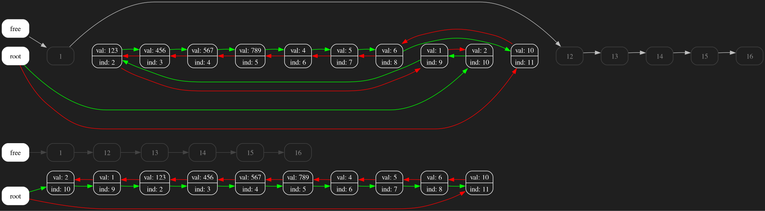
This is graph.png from senyaa1/list, a Graphviz export, as it was before one commit. Its source is kept beside it as graph.dot.
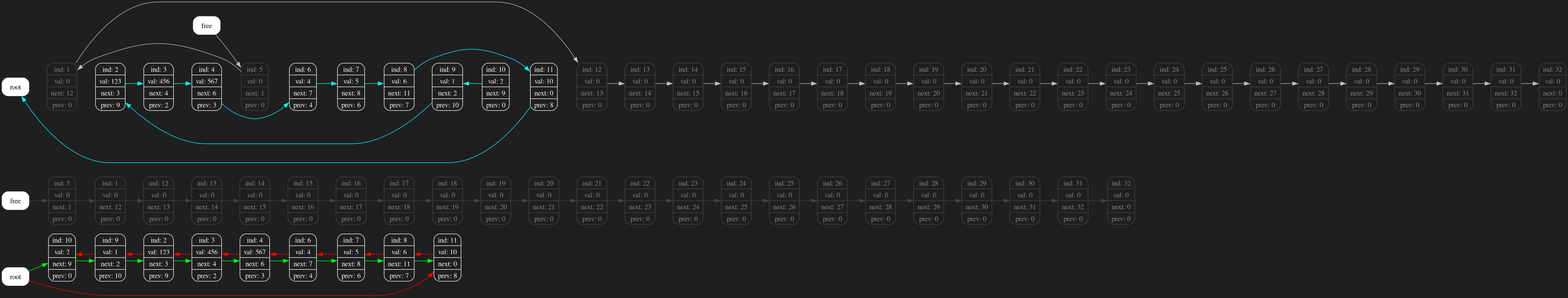
The same diagram one commit later.

Diff of the diagram source:
```diff
@@ -4,23 +4,39 @@
 bgcolor="grey12";
 "0"[style="filled";color="#FFFFFF";fontcolor="#000000";label="root"];
 "free"[style="filled";color="#FFFFFF";fontcolor="#000000";label="free"];
-"free" -> "_1"[color="#444444"; fontcolor="green"];
-"_1"[color="#444444";fontcolor="#888888";label="1"];
-"2"[color="#FFFFFF";fontcolor="#FFFFFF";label="val: 123 | ind: 2 "];
-"3"[color="#FFFFFF";fontcolor="#FFFFFF";label="val: 456 | ind: 3 "];
-"4"[color="#FFFFFF";fontcolor="#FFFFFF";label="val: 567 | ind: 4 "];
-"5"[color="#FFFFFF";fontcolor="#FFFFFF";label="val: 789 | ind: 5 "];
-"6"[color="#FFFFFF";fontcolor="#FFFFFF";label="val: 4 | ind: 6 "];
-"7"[color="#FFFFFF";fontcolor="#FFFFFF";label="val: 5 | ind: 7 "];
-"8"[color="#FFFFFF";fontcolor="#FFFFFF";label="val: 6 | ind: 8 "];
-"9"[color="#FFFFFF";fontcolor="#FFFFFF";label="val: 1 | ind: 9 "];
-"10"[color="#FFFFFF";fontcolor="#FFFFFF";label="val: 2 | ind: 10 "];
-"11"[color="#FFFFFF";fontcolor="#FFFFFF";label="val: 10 | ind: 11 "];
-"_12"[color="#444444";fontcolor="#888888";label="12"];
-"_13"[color="#444444";fontcolor="#888888";label="13"];
-"_14"[color="#444444";fontcolor="#888888";label="14"];
-"_15"[color="#444444";fontcolor="#888888";label="15"];
-"_16"[color="#444444";fontcolor="#888888";label="16"];
+"free" -> "_5"[color="#444444"; fontcolor="green"];
+"_1"[color="#444444";fontcolor="#888888";label="ind: 1 | val: 0 | next: 12 | prev: 0 "];
+"2"[color="#FFFFFF";fontcolor="#FFFFFF";label="ind: 2 | val: 123 | next: 3 | prev: 9 "];
+"3"[color="#FFFFFF";fontcolor="#FFFFFF";label="ind: 3 | val: 456 | next: 4 | prev: 2 "];
+"4"[color="#FFFFFF";fontcolor="#FFFFFF";label="ind: 4 | val: 567 | next: 6 | prev: 3 "];
+"_5"[color="#444444";fontcolor="#888888";label="ind: 5 | val: 0 | next: 1 | prev: 0 "];
+"6"[color="#FFFFFF";fontcolor="#FFFFFF";label="ind: 6 | val: 4 | next: 7 | prev: 4 "];
+"7"[color="#FFFFFF";fontcolor="#FFFFFF";label="ind: 7 | val: 5 | next: 8 | prev: 6 "];
+"8"[color="#FFFFFF";fontcolor="#FFFFFF";label="ind: 8 | val: 6 | next: 11 | prev: 7 "];
+"9"[color="#FFFFFF";fontcolor="#FFFFFF";label="ind: 9 | val: 1 | next: 2 | prev: 10 "];
+"10"[color="#FFFFFF";fontcolor="#FFFFFF";label="ind: 10 | val: 2 | next: 9 | prev: 0 "];
+"11"[color="#FFFFFF";fontcolor="#FFFFFF";label="ind: 11 | val: 10 | next: 0 | prev: 8 "];
+"_12"[color="#444444";fontcolor="#888888";label="ind: 12 | val: 0 | next: 13 | prev: 0 "];
+"_13"[color="#444444";fontcolor="#888888";label="ind: 13 | val: 0 | next: 14 | prev: 0 "];
+"_14"[color="#444444";fontcolor="#888888";label="ind: 14 | val: 0 | next: 15 | prev: 0 "];
+"_15"[color="#444444";fontcolor="#888888";label="ind: 15 | val: 0 | next: 16 | prev: 0 "];
+"_16"[color="#444444";fontcolor="#888888";label="ind: 16 | val: 0 | next: 17 | prev: 0 "];
+"_17"[color="#444444";fontcolor="#888888";label="ind: 17 | val: 0 | next: 18 | prev: 0 "];
+"_18"[color="#444444";fontcolor="#888888";label="ind: 18 | val: 0 | next: 19 | prev: 0 "];
+"_19"[color="#444444";fontcolor="#888888";label="ind: 19 | val: 0 | next: 20 | prev: 0 "];
+"_20"[color="#444444";fontcolor="#888888";label="ind: 20 | val: 0 | next: 21 | prev: 0 "];
+"_21"[color="#444444";fontcolor="#888888";label="ind: 21 | val: 0 | next: 22 | prev: 0 "];
+"_22"[color="#444444";fontcolor="#888888";label="ind: 22 | val: 0 | next: 23 | prev: 0 "];
+"_23"[color="#444444";fontcolor="#888888";label="ind: 23 | val: 0 | next: 24 | prev: 0 "];
+"_24"[color="#444444";fontcolor="#888888";label="ind: 24 | val: 0 | next: 25 | prev: 0 "];
+"_25"[color="#444444";fontcolor="#888888";label="ind: 25 | val: 0 | next: 26 | prev: 0 "];
+"_26"[color="#444444";fontcolor="#888888";label="ind: 26 | val: 0 | next: 27 | prev: 0 "];
+"_27"[color="#444444";fontcolor="#888888";label="ind: 27 | val: 0 | next: 28 | prev: 0 "];
+"_28"[color="#444444";fontcolor="#888888";label="ind: 28 | val: 0 | next: 29 | prev: 0 "];
+"_29"[color="#444444";fontcolor="#888888";label="ind: 29 | val: 0 | next: 30 | prev: 0 "];
+"_30"[color="#444444";fontcolor="#888888";label="ind: 30 | val: 0 | next: 31 | prev: 0 "];
+"_31"[color="#444444";fontcolor="#888888";label="ind: 31 | val: 0 | next: 32 | prev: 0 "];
+"_32"[color="#444444";fontcolor="#888888";label="ind: 32 | val: 0 | next: 0 | prev: 0 "];
 "0" -> "10"[color=green; fontcolor="green"];
 "0" -> "11"[color=red; fontcolor="red"];
 "_1" -> "_12"[color="#444444"; fontcolor="green"];
@@ -28,12 +44,11 @@
 "2" -> "9"[color=red; fontcolor="red"];
 "3" -> "4"[color=green; fontcolor="green"];
 "3" -> "2"[color=red; fontcolor="red"];
-"4" -> "5"[color=green; fontcolor="green"];
+"4" -> "6"[color=green; fontcolor="green"];
 "4" -> "3"[color=red; fontcolor="red"];
-"5" -> "6"[color=green; fontcolor="green"];
-"5" -> "4"[color=red; fontcolor="red"];
+"_5" -> "_1"[color="#444444"; fontcolor="green"];
 "6" -> "7"[color=green; fontcolor="green"];
-"6" -> "5"[color=red; fontcolor="red"];
+"6" -> "4"[color=red; fontcolor="red"];
 "7" -> "8"[color=green; fontcolor="green"];
 "7" -> "6"[color=red; fontcolor="red"];
 "8" -> "11"[color=green; fontcolor="green"];
@@ -46,64 +61,118 @@
 "_13" -> "_14"[color="#444444"; fontcolor="green"];
 "_14" -> "_15"[color="#444444"; fontcolor="green"];
 "_15" -> "_16"[color="#444444"; fontcolor="green"];
+"_16" -> "_17"[color="#444444"; fontcolor="green"];
+"_17" -> "_18"[color="#444444"; fontcolor="green"];
+"_18" -> "_19"[color="#444444"; fontcolor="green"];
+"_19" -> "_20"[color="#444444"; fontcolor="green"];
+"_20" -> "_21"[color="#444444"; fontcolor="green"];
+"_21" -> "_22"[color="#444444"; fontcolor="green"];
+"_22" -> "_23"[color="#444444"; fontcolor="green"];
+"_23" -> "_24"[color="#444444"; fontcolor="green"];
+"_24" -> "_25"[color="#444444"; fontcolor="green"];
+"_25" -> "_26"[color="#444444"; fontcolor="green"];
+"_26" -> "_27"[color="#444444"; fontcolor="green"];
+"_27" -> "_28"[color="#444444"; fontcolor="green"];
+"_28" -> "_29"[color="#444444"; fontcolor="green"];
+"_29" -> "_30"[color="#444444"; fontcolor="green"];
+"_30" -> "_31"[color="#444444"; fontcolor="green"];
+"_31" -> "_32"[color="#444444"; fontcolor="green"];
 "physical_0"[style=filled; color="#FFFFFF";fontcolor="#000000";label="root"];
 "physical_free"[style=filled; color="#FFFFFF";fontcolor="#000000";label="free"];
-"physical_free" -> "physical_1"[color=gray];
-"physical_1"[color="#444444";fontcolor="#888888";label="1"];
+"physical_free" -> "physical_5"[color=gray];
+"physical_1"[color="#444444";fontcolor="#888888";label="ind: 1 | val: 0 | next: 12 | prev: 0"];
 "physical_0" -> "physical_1"[color=invis; thickness=1000; weight="10000"];
-"physical_2"[color="#FFFFFF";fontcolor="#FFFFFF";label="val: 123 | ind: 2"];
+"physical_2"[color="#FFFFFF";fontcolor="#FFFFFF";label="ind: 2 | val: 123 | next: 3 | prev: 9"];
 "physical_1" -> "physical_2"[color=invis; thickness=1000; weight="10000"];
-"physical_3"[color="#FFFFFF";fontcolor="#FFFFFF";label="val: 456 | ind: 3"];
+"physical_3"[color="#FFFFFF";fontcolor="#FFFFFF";label="ind: 3 | val: 456 | next: 4 | prev: 2"];
 "physical_2" -> "physical_3"[color=invis; thickness=1000; weight="10000"];
-"physical_4"[color="#FFFFFF";fontcolor="#FFFFFF";label="val: 567 | ind: 4"];
+"physical_4"[color="#FFFFFF";fontcolor="#FFFFFF";label="ind: 4 | val: 567 | next: 6 | prev: 3"];
 "physical_3" -> "physical_4"[color=invis; thickness=1000; weight="10000"];
-"physical_5"[color="#FFFFFF";fontcolor="#FFFFFF";label="val: 789 | ind: 5"];
+"physical_5"[color="#444444";fontcolor="#888888";label="ind: 5 | val: 0 | next: 1 | prev: 0"];
 "physical_4" -> "physical_5"[color=invis; thickness=1000; weight="10000"];
-"physical_6"[color="#FFFFFF";fontcolor="#FFFFFF";label="val: 4 | ind: 6"];
+"physical_6"[color="#FFFFFF";fontcolor="#FFFFFF";label="ind: 6 | val: 4 | next: 7 | prev: 4"];
 "physical_5" -> "physical_6"[color=invis; thickness=1000; weight="10000"];
-"physical_7"[color="#FFFFFF";fontcolor="#FFFFFF";label="val: 5 | ind: 7"];
+"physical_7"[color="#FFFFFF";fontcolor="#FFFFFF";label="ind: 7 | val: 5 | next: 8 | prev: 6"];
 "physical_6" -> "physical_7"[color=invis; thickness=1000; weight="10000"];
-"physical_8"[color="#FFFFFF";fontcolor="#FFFFFF";label="val: 6 | ind: 8"];
+"physical_8"[color="#FFFFFF";fontcolor="#FFFFFF";label="ind: 8 | val: 6 | next: 11 | prev: 7"];
 "physical_7" -> "physical_8"[color=invis; thickness=1000; weight="10000"];
-"physical_9"[color="#FFFFFF";fontcolor="#FFFFFF";label="val: 1 | ind: 9"];
+"physical_9"[color="#FFFFFF";fontcolor="#FFFFFF";label="ind: 9 | val: 1 | next: 2 | prev: 10"];
 "physical_8" -> "physical_9"[color=invis; thickness=1000; weight="10000"];
-"physical_10"[color="#FFFFFF";fontcolor="#FFFFFF";label="val: 2 | ind: 10"];
+"physical_10"[color="#FFFFFF";fontcolor="#FFFFFF";label="ind: 10 | val: 2 | next: 9 | prev: 0"];
 "physical_9" -> "physical_10"[color=invis; thickness=1000; weight="10000"];
-"physical_11"[color="#FFFFFF";fontcolor="#FFFFFF";label="val: 10 | ind: 11"];
+"physical_11"[color="#FFFFFF";fontcolor="#FFFFFF";label="ind: 11 | val: 10 | next: 0 | prev: 8"];
 "physical_10" -> "physical_11"[color=invis; thickness=1000; weight="10000"];
-"physical_12"[color="#444444";fontcolor="#888888";label="12"];
+"physical_12"[color="#444444";fontcolor="#888888";label="ind: 12 | val: 0 | next: 13 | prev: 0"];
 "physical_11" -> "physical_12"[color=invis; thickness=1000; weight="10000"];
-"physical_13"[color="#444444";fontcolor="#888888";label="13"];
+"physical_13"[color="#444444";fontcolor="#888888";label="ind: 13 | val: 0 | next: 14 | prev: 0"];
 "physical_12" -> "physical_13"[color=invis; thickness=1000; weight="10000"];
-"physical_14"[color="#444444";fontcolor="#888888";label="14"];
+"physical_14"[color="#444444";fontcolor="#888888";label="ind: 14 | val: 0 | next: 15 | prev: 0"];
 "physical_13" -> "physical_14"[color=invis; thickness=1000; weight="10000"];
-"physical_15"[color="#444444";fontcolor="#888888";label="15"];
+"physical_15"[color="#444444";fontcolor="#888888";label="ind: 15 | val: 0 | next: 16 | prev: 0"];
 "physical_14" -> "physical_15"[color=invis; thickness=1000; weight="10000"];
-"physical_16"[color="#444444";fontcolor="#888888";label="16"];
+"physical_16"[color="#444444";fontcolor="#888888";label="ind: 16 | val: 0 | next: 17 | prev: 0"];
 "physical_15" -> "physical_16"[color=invis; thickness=1000; weight="10000"];
+"physical_17"[color="#444444";fontcolor="#888888";label="ind: 17 | val: 0 | next: 18 | prev: 0"];
+"physical_16" -> "physical_17"[color=invis; thickness=1000; weight="10000"];
+"physical_18"[color="#444444";fontcolor="#888888";label="ind: 18 | val: 0 | next: 19 | prev: 0"];
+"physical_17" -> "physical_18"[color=invis; thickness=1000; weight="10000"];
+"physical_19"[color="#444444";fontcolor="#888888";label="ind: 19 | val: 0 | next: 20 | prev: 0"];
+"physical_18" -> "physical_19"[color=invis; thickness=1000; weight="10000"];
+"physical_20"[color="#444444";fontcolor="#888888";label="ind: 20 | val: 0 | next: 21 | prev: 0"];
+"physical_19" -> "physical_20"[color=invis; thickness=1000; weight="10000"];
+"physical_21"[color="#444444";fontcolor="#888888";label="ind: 21 | val: 0 | next: 22 | prev: 0"];
+"physical_20" -> "physical_21"[color=invis; thickness=1000; weight="10000"];
+"physical_22"[color="#444444";fontcolor="#888888";label="ind: 22 | val: 0 | next: 23 | prev: 0"];
+"physical_21" -> "physical_22"[color=invis; thickness=1000; weight="10000"];
+"physical_23"[color="#444444";fontcolor="#888888";label="ind: 23 | val: 0 | next: 24 | prev: 0"];
+"physical_22" -> "physical_23"[color=invis; thickness=1000; weight="10000"];
+"physical_24"[color="#444444";fontcolor="#888888";label="ind: 24 | val: 0 | next: 25 | prev: 0"];
+"physical_23" -> "physical_24"[color=invis; thickness=1000; weight="10000"];
+"physical_25"[color="#444444";fontcolor="#888888";label="ind: 25 | val: 0 | next: 26 | prev: 0"];
+"physical_24" -> "physical_25"[color=invis; thickness=1000; weight="10000"];
+"physical_26"[color="#444444";fontcolor="#888888";label="ind: 26 | val: 0 | next: 27 | prev: 0"];
+"physical_25" -> "physical_26"[color=invis; thickness=1000; weight="10000"];
+"physical_27"[color="#444444";fontcolor="#888888";label="ind: 27 | val: 0 | next: 28 | prev: 0"];
+"physical_26" -> "physical_27"[color=invis; thickness=1000; weight="10000"];
+"physical_28"[color="#444444";fontcolor="#888888";label="ind: 28 | val: 0 | next: 29 | prev: 0"];
+"physical_27" -> "physical_28"[color=invis; thickness=1000; weight="10000"];
+"physical_29"[color="#444444";fontcolor="#888888";label="ind: 29 | val: 0 | next: 30 | prev: 0"];
+"physical_28" -> "physical_29"[color=invis; thickness=1000; weight="10000"];
+"physical_30"[color="#444444";fontcolor="#888888";label="ind: 30 | val: 0 | next: 31 | prev: 0"];
+"physical_29" -> "physical_30"[color=invis; thickness=1000; weight="10000"];
+"physical_31"[color="#444444";fontcolor="#888888";label="ind: 31 | val: 0 | next: 32 | prev: 0"];
+"physical_30" -> "physical_31"[color=invis; thickness=1000; weight="10000"];
+"physical_32"[color="#444444";fontcolor="#888888";label="ind: 32 | val: 0 | next: 0 | prev: 0"];
+"physical_31" -> "physical_32"[color=invis; thickness=1000; weight="10000"];
 "physical_1" -> "physical_12"[color=gray];
-"physical_3" -> "physical_2"[color=red];
-"physical_9" -> "physical_2"[color=green];
-"physical_4" -> "physical_3"[color=red];
-"physical_2" -> "physical_3"[color=green];
-"physical_5" -> "physical_4"[color=red];
-"physical_3" -> "physical_4"[color=green];
-"physical_6" -> "physical_5"[color=red];
-"physical_4" -> "physical_5"[color=green];
-"physical_7" -> "physical_6"[color=red];
-"physical_5" -> "physical_6"[color=green];
-"physical_8" -> "physical_7"[color=red];
-"physical_6" -> "physical_7"[color=green];
-"physical_11" -> "physical_8"[color=red];
-"physical_7" -> "physical_8"[color=green];
-"physical_2" -> "physical_9"[color=red];
-"physical_10" -> "physical_9"[color=green];
-"physical_9" -> "physical_10"[color=red];
-"physical_0" -> "physical_10"[color=green];
-"physical_0" -> "physical_11"[color=red];
-"physical_8" -> "physical_11"[color=green];
+"physical_2" -> "physical_3"[color=cyan];
+"physical_3" -> "physical_4"[color=cyan];
+"physical_4" -> "physical_6"[color=cyan];
+"physical_5" -> "physical_1"[color=gray];
+"physical_6" -> "physical_7"[color=cyan];
+"physical_7" -> "physical_8"[color=cyan];
+"physical_8" -> "physical_11"[color=cyan];
+"physical_9" -> "physical_2"[color=cyan];
+"physical_10" -> "physical_9"[color=cyan];
+"physical_11" -> "physical_0"[color=cyan];
 "physical_12" -> "physical_13"[color=gray];
 "physical_13" -> "physical_14"[color=gray];
 "physical_14" -> "physical_15"[color=gray];
 "physical_15" -> "physical_16"[color=gray];
+"physical_16" -> "physical_17"[color=gray];
+"physical_17" -> "physical_18"[color=gray];
+"physical_18" -> "physical_19"[color=gray];
+"physical_19" -> "physical_20"[color=gray];
+"physical_20" -> "physical_21"[color=gray];
+"physical_21" -> "physical_22"[color=gray];
+"physical_22" -> "physical_23"[color=gray];
+"physical_23" -> "physical_24"[color=gray];
+"physical_24" -> "physical_25"[color=gray];
+"physical_25" -> "physical_26"[color=gray];
+"physical_26" -> "physical_27"[color=gray];
+"physical_27" -> "physical_28"[color=gray];
+"physical_28" -> "physical_29"[color=gray];
+"physical_29" -> "physical_30"[color=gray];
+"physical_30" -> "physical_31"[color=gray];
+"physical_31" -> "physical_32"[color=gray];
 }
```
